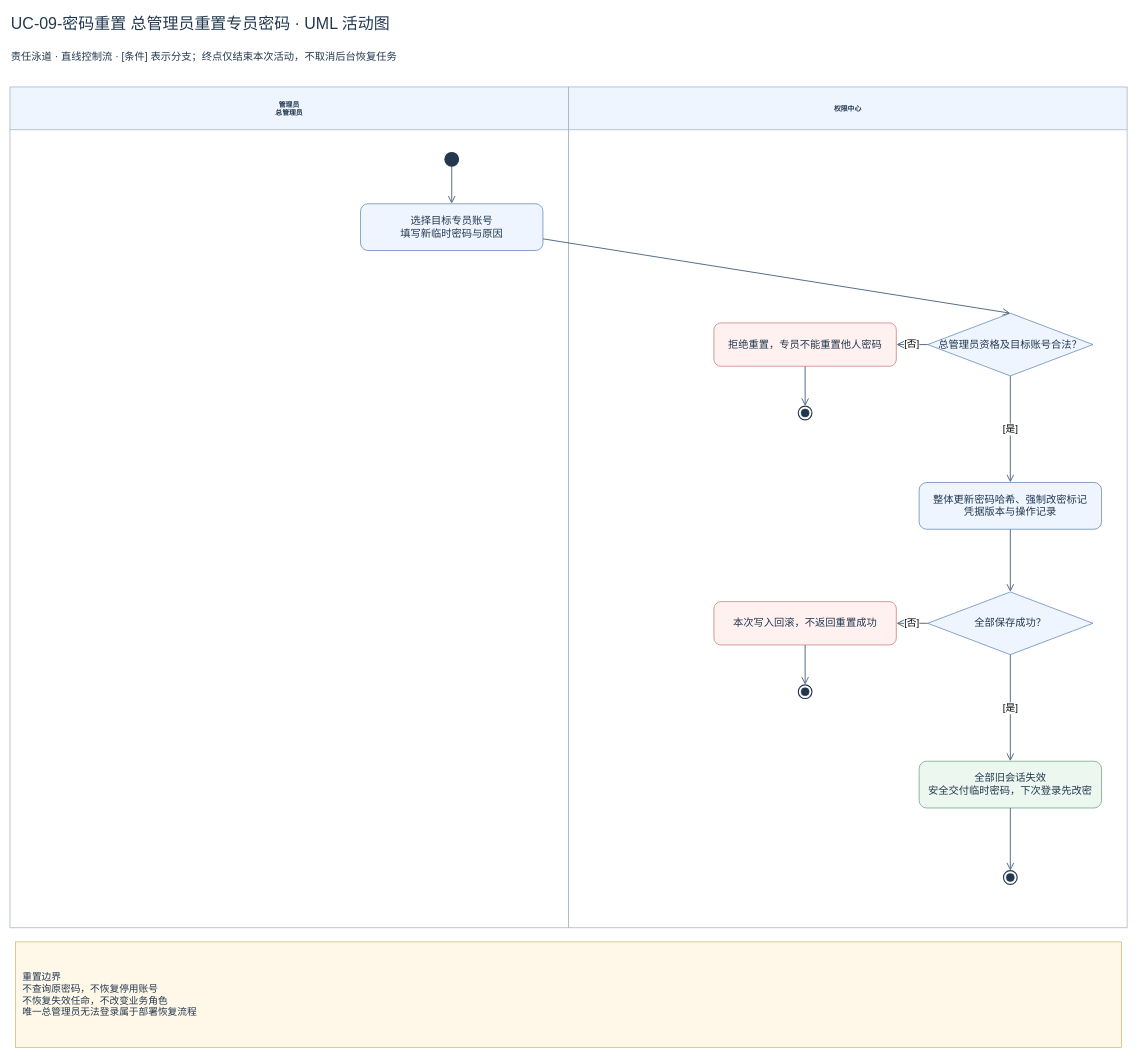
This is page "UC-09-密码重置 总管理员重置权限管理员密码" (4 of 5) of docs/activities-v1/UC-09_管理员登录与退出_活动图.drawio from Noah-hope/RBAC-admin, a draw.io file, before an edit. Source tidied: cells renumbered, new cells numbered last; positions are measured from the earlier drawing's top-left corner, leaving out a move shared by most shapes. Both pictures are drawn from the tidied source at 57%, with x=0, y=0 at pixel (10, 10).
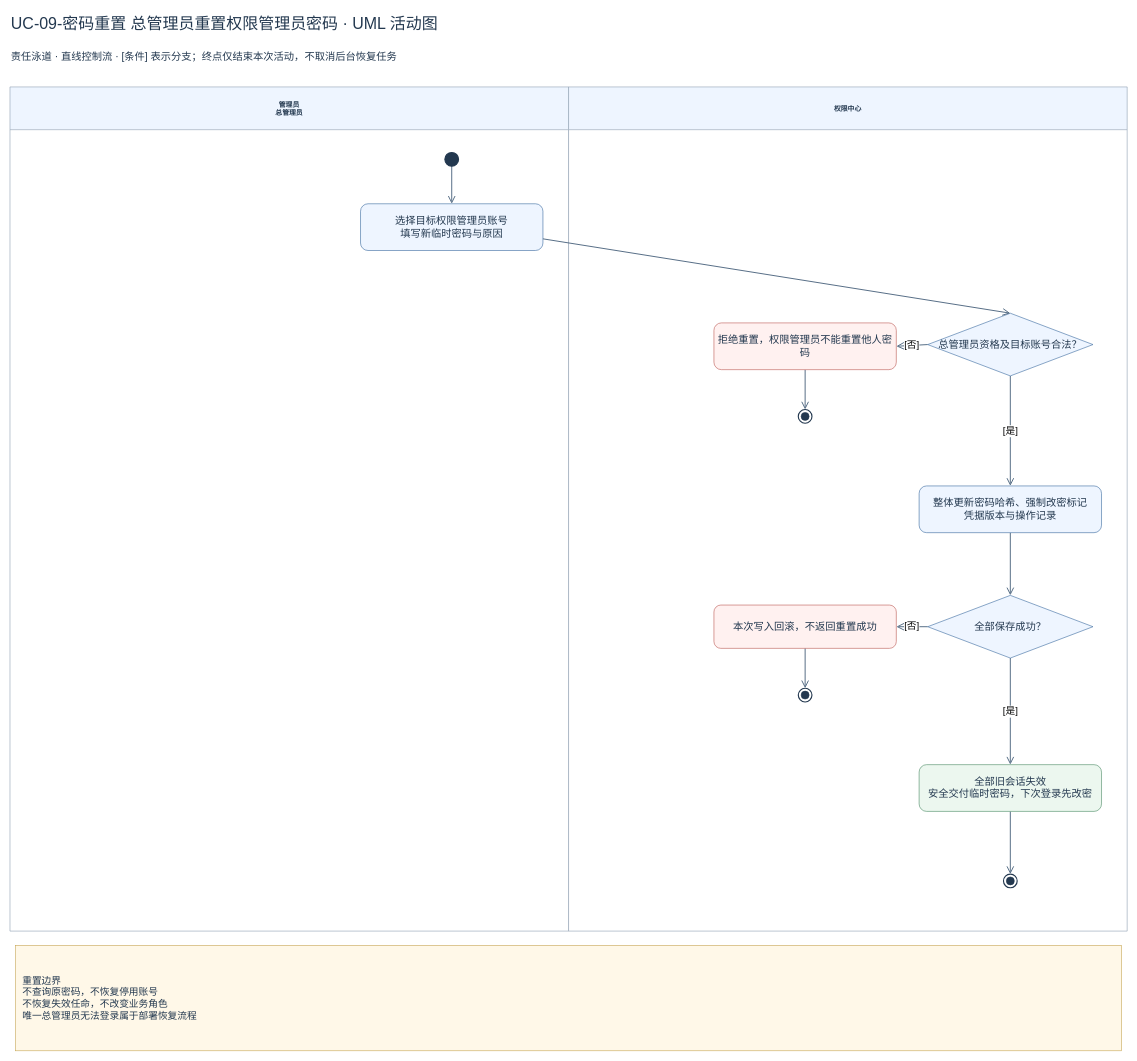
The same diagram, later.

What changed in the source:
```diff
@@
-    <mxCell id="2" value="UC-09-密码重置 总管理员重置专员密码 · UML 活动图" style="html=1;whiteSpace=wrap;fontFamily=Microsoft YaHei;fontSize=18;fontColor=#23384f;align=center;verticalAlign=middle;text;strokeColor=none;fillColor=none;fontSize=28;align=left;" parent="1" vertex="1">
+    <mxCell id="2" value="UC-09-密码重置 总管理员重置权限管理员密码 · UML 活动图" style="html=1;whiteSpace=wrap;fontFamily=Microsoft YaHei;fontSize=18;fontColor=#23384f;align=center;verticalAlign=middle;text;strokeColor=none;fillColor=none;fontSize=28;align=left;" parent="1" vertex="1">
       <mxGeometry width="1960" height="60" as="geometry" />
     </mxCell>
@@
     <mxCell id="4" value="管理员&lt;br&gt;总管理员" style="html=1;whiteSpace=wrap;fontFamily=Microsoft YaHei;fontSize=18;fontColor=#23384f;align=center;verticalAlign=middle;swimlane;horizontal=1;startSize=75;fillColor=#eef5ff;swimlaneFillColor=#ffffff;strokeColor=#8a9caf;" parent="1" vertex="1">
-      <mxGeometry y="135" width="980" height="1475" as="geometry" />
+      <mxGeometry y="135" width="980" height="1481" as="geometry" />
     </mxCell>
     <mxCell id="5" value="权限中心" style="html=1;whiteSpace=wrap;fontFamily=Microsoft YaHei;fontSize=18;fontColor=#23384f;align=center;verticalAlign=middle;swimlane;horizontal=1;startSize=75;fillColor=#eef5ff;swimlaneFillColor=#ffffff;strokeColor=#8a9caf;" parent="1" vertex="1">
-      <mxGeometry x="980" y="135" width="980" height="1475" as="geometry" />
+      <mxGeometry x="980" y="135" width="980" height="1481" as="geometry" />
     </mxCell>
@@
-    <mxCell id="17" value="选择目标专员账号&lt;br&gt;填写新临时密码与原因" style="html=1;whiteSpace=wrap;fontFamily=Microsoft YaHei;fontSize=18;fontColor=#23384f;align=center;verticalAlign=middle;rounded=1;arcSize=16;fillColor=#eef5ff;strokeColor=#32649a;spacing=8;" parent="4" vertex="1">
+    <mxCell id="17" value="选择目标权限管理员账号&lt;br&gt;填写新临时密码与原因" style="html=1;whiteSpace=wrap;fontFamily=Microsoft YaHei;fontSize=18;fontColor=#23384f;align=center;verticalAlign=middle;rounded=1;arcSize=16;fillColor=#eef5ff;strokeColor=#32649a;spacing=8;" parent="4" vertex="1">
       <mxGeometry x="615" y="205" width="320" height="82" as="geometry" />
     </mxCell>
@@
-    <mxCell id="19" value="拒绝重置，专员不能重置他人密码" style="html=1;whiteSpace=wrap;fontFamily=Microsoft YaHei;fontSize=18;fontColor=#23384f;align=center;verticalAlign=middle;rounded=1;arcSize=16;fillColor=#fff1f0;strokeColor=#b9534e;spacing=8;" parent="5" vertex="1">
-      <mxGeometry x="255" y="414" width="320" height="76" as="geometry" />
+    <mxCell id="19" value="拒绝重置，权限管理员不能重置他人密码" style="html=1;whiteSpace=wrap;fontFamily=Microsoft YaHei;fontSize=18;fontColor=#23384f;align=center;verticalAlign=middle;rounded=1;arcSize=16;fillColor=#fff1f0;strokeColor=#b9534e;spacing=8;" parent="5" vertex="1">
+      <mxGeometry x="255" y="414" width="320" height="82" as="geometry" />
     </mxCell>
     <mxCell id="20" style="html=1;whiteSpace=wrap;fontFamily=Microsoft YaHei;fontSize=18;fontColor=#23384f;align=center;verticalAlign=middle;ellipse;fillColor=#ffffff;strokeColor=#23384f;strokeWidth=2;" parent="5" vertex="1">
-      <mxGeometry x="403" y="560" width="24" height="24" as="geometry" />
+      <mxGeometry x="403" y="566" width="24" height="24" as="geometry" />
     </mxCell>
     <mxCell id="21" style="html=1;whiteSpace=wrap;fontFamily=Microsoft YaHei;fontSize=18;fontColor=#23384f;align=center;verticalAlign=middle;ellipse;fillColor=#23384f;strokeColor=#23384f;" parent="5" vertex="1">
-      <mxGeometry x="408" y="565" width="14" height="14" as="geometry" />
+      <mxGeometry x="408" y="571" width="14" height="14" as="geometry" />
     </mxCell>
     <mxCell id="22" value="整体更新密码哈希、强制改密标记&lt;br&gt;凭据版本与操作记录" style="html=1;whiteSpace=wrap;fontFamily=Microsoft YaHei;fontSize=18;fontColor=#23384f;align=center;verticalAlign=middle;rounded=1;arcSize=16;fillColor=#eef5ff;strokeColor=#32649a;spacing=8;" parent="5" vertex="1">
-      <mxGeometry x="615" y="694" width="320" height="82" as="geometry" />
+      <mxGeometry x="615" y="700" width="320" height="82" as="geometry" />
     </mxCell>
     <mxCell id="23" value="全部保存成功？" style="html=1;whiteSpace=wrap;fontFamily=Microsoft YaHei;fontSize=18;fontColor=#23384f;align=center;verticalAlign=middle;rhombus;fillColor=#eef5ff;strokeColor=#32649a;spacing=8;" parent="5" vertex="1">
-      <mxGeometry x="630" y="886" width="290" height="110" as="geometry" />
+      <mxGeometry x="630" y="892" width="290" height="110" as="geometry" />
     </mxCell>
     <mxCell id="24" value="本次写入回滚，不返回重置成功" style="html=1;whiteSpace=wrap;fontFamily=Microsoft YaHei;fontSize=18;fontColor=#23384f;align=center;verticalAlign=middle;rounded=1;arcSize=16;fillColor=#fff1f0;strokeColor=#b9534e;spacing=8;" parent="5" vertex="1">
-      <mxGeometry x="255" y="903" width="320" height="76" as="geometry" />
+      <mxGeometry x="255" y="909" width="320" height="76" as="geometry" />
     </mxCell>
     <mxCell id="25" style="html=1;whiteSpace=wrap;fontFamily=Microsoft YaHei;fontSize=18;fontColor=#23384f;align=center;verticalAlign=middle;ellipse;fillColor=#ffffff;strokeColor=#23384f;strokeWidth=2;" parent="5" vertex="1">
-      <mxGeometry x="403" y="1049" width="24" height="24" as="geometry" />
+      <mxGeometry x="403" y="1055" width="24" height="24" as="geometry" />
     </mxCell>
     <mxCell id="26" style="html=1;whiteSpace=wrap;fontFamily=Microsoft YaHei;fontSize=18;fontColor=#23384f;align=center;verticalAlign=middle;ellipse;fillColor=#23384f;strokeColor=#23384f;" parent="5" vertex="1">
-      <mxGeometry x="408" y="1054" width="14" height="14" as="geometry" />
+      <mxGeometry x="408" y="1060" width="14" height="14" as="geometry" />
     </mxCell>
     <mxCell id="27" value="全部旧会话失效&lt;br&gt;安全交付临时密码，下次登录先改密" style="html=1;whiteSpace=wrap;fontFamily=Microsoft YaHei;fontSize=18;fontColor=#23384f;align=center;verticalAlign=middle;rounded=1;arcSize=16;fillColor=#ecf7ef;strokeColor=#44855e;spacing=8;" parent="5" vertex="1">
-      <mxGeometry x="615" y="1183" width="320" height="82" as="geometry" />
+      <mxGeometry x="615" y="1189" width="320" height="82" as="geometry" />
     </mxCell>
     <mxCell id="28" style="html=1;whiteSpace=wrap;fontFamily=Microsoft YaHei;fontSize=18;fontColor=#23384f;align=center;verticalAlign=middle;ellipse;fillColor=#ffffff;strokeColor=#23384f;strokeWidth=2;" parent="5" vertex="1">
-      <mxGeometry x="763" y="1375" width="24" height="24" as="geometry" />
+      <mxGeometry x="763" y="1381" width="24" height="24" as="geometry" />
     </mxCell>
     <mxCell id="29" style="html=1;whiteSpace=wrap;fontFamily=Microsoft YaHei;fontSize=18;fontColor=#23384f;align=center;verticalAlign=middle;ellipse;fillColor=#23384f;strokeColor=#23384f;" parent="5" vertex="1">
-      <mxGeometry x="768" y="1380" width="14" height="14" as="geometry" />
+      <mxGeometry x="768" y="1386" width="14" height="14" as="geometry" />
     </mxCell>
     <mxCell id="30" value="重置边界&lt;br&gt;不查询原密码，不恢复停用账号&lt;br&gt;不恢复失效任命，不改变业务角色&lt;br&gt;唯一总管理员无法登录属于部署恢复流程" style="html=1;whiteSpace=wrap;fontFamily=Microsoft YaHei;fontSize=18;fontColor=#23384f;align=center;verticalAlign=middle;rounded=0;fillColor=#fff8e8;strokeColor=#c4a34f;align=left;spacing=12;fontSize=17;" parent="1" vertex="1">
-      <mxGeometry x="10" y="1635" width="1940" height="185" as="geometry" />
+      <mxGeometry x="10" y="1641" width="1940" height="185" as="geometry" />
     </mxCell>
```
